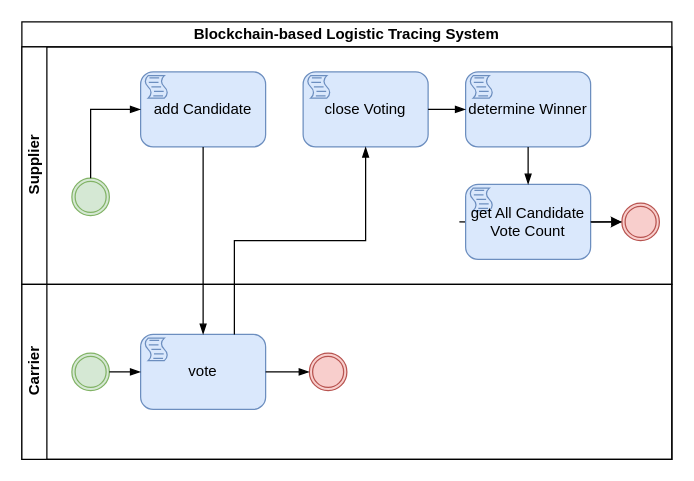
Before: Blokchain-Based Logstic Tracing.drawio in ariesharry/Diagrams, a draw.io diagram. Source tidied: cells renumbered, new cells numbered last; positions are measured from the earlier drawing's top-left corner, leaving out a move shared by most shapes. Both pictures are drawn from the tidied source at 125%, with x=0, y=0 at pixel (21, 21).
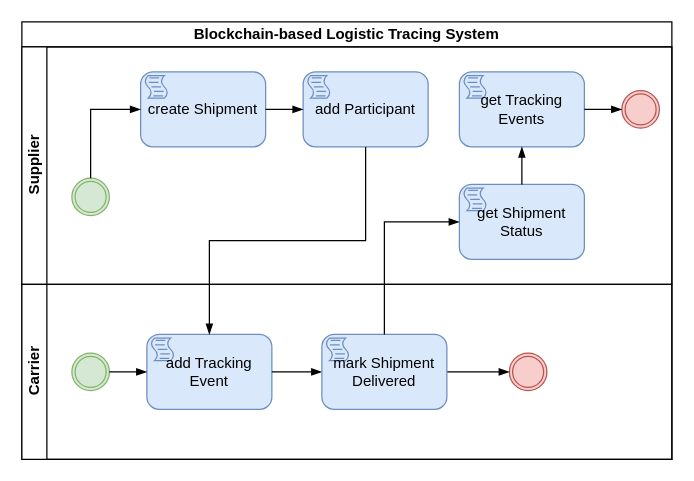
The same page after the edit.

Unchanged cells that the change refers to:
```xml
<mxCell id="2" value="Blockchain-based Logistic Tracing System" style="swimlane;html=1;horizontal=1;startSize=20;whiteSpace=wrap;" parent="1" vertex="1">
  <mxGeometry width="520" height="350" as="geometry" />
</mxCell>
<mxCell id="3" value="Supplier" style="swimlane;html=1;startSize=20;horizontal=0;" parent="2" vertex="1">
  <mxGeometry y="20" width="520" height="190" as="geometry" />
</mxCell>
<mxCell id="15" value="Carrier" style="swimlane;html=1;startSize=20;horizontal=0;" parent="2" vertex="1">
  <mxGeometry y="210" width="520" height="140" as="geometry" />
</mxCell>
<mxCell id="17" style="points=[[0.145,0.145,0],[0.5,0,0],[0.855,0.145,0],[1,0.5,0],[0.855,0.855,0],[0.5,1,0],[0.145,0.855,0],[0,0.5,0]];shape=mxgraph.bpmn.event;html=1;verticalLabelPosition=bottom;labelBackgroundColor=#ffffff;verticalAlign=top;align=center;perimeter=ellipsePerimeter;outlineConnect=0;outline=throwing;symbol=general;fillColor=#d5e8d4;strokeColor=#82b366;" parent="15" vertex="1">
  <mxGeometry x="40" y="55" width="30" height="30" as="geometry" />
</mxCell>
```

Diff of the diagram source:
```diff
@@
-    <mxCell id="4" value="close Voting" style="points=[[0.25,0,0],[0.5,0,0],[0.75,0,0],[1,0.25,0],[1,0.5,0],[1,0.75,0],[0.75,1,0],[0.5,1,0],[0.25,1,0],[0,0.75,0],[0,0.5,0],[0,0.25,0]];shape=mxgraph.bpmn.task;whiteSpace=wrap;rectStyle=rounded;size=10;html=1;taskMarker=script;fillColor=#dae8fc;strokeColor=#6c8ebf;" parent="3" vertex="1">
+    <mxCell id="4" value="add Participant" style="points=[[0.25,0,0],[0.5,0,0],[0.75,0,0],[1,0.25,0],[1,0.5,0],[1,0.75,0],[0.75,1,0],[0.5,1,0],[0.25,1,0],[0,0.75,0],[0,0.5,0],[0,0.25,0]];shape=mxgraph.bpmn.task;whiteSpace=wrap;rectStyle=rounded;size=10;html=1;taskMarker=script;fillColor=#dae8fc;strokeColor=#6c8ebf;" parent="3" vertex="1">
       <mxGeometry x="225" y="20" width="100" height="60" as="geometry" />
     </mxCell>
-    <mxCell id="5" value="add Candidate" style="points=[[0.25,0,0],[0.5,0,0],[0.75,0,0],[1,0.25,0],[1,0.5,0],[1,0.75,0],[0.75,1,0],[0.5,1,0],[0.25,1,0],[0,0.75,0],[0,0.5,0],[0,0.25,0]];shape=mxgraph.bpmn.task;whiteSpace=wrap;rectStyle=rounded;size=10;html=1;taskMarker=script;fillColor=#dae8fc;strokeColor=#6c8ebf;" parent="3" vertex="1">
+    <mxCell id="5" value="create Shipment" style="points=[[0.25,0,0],[0.5,0,0],[0.75,0,0],[1,0.25,0],[1,0.5,0],[1,0.75,0],[0.75,1,0],[0.5,1,0],[0.25,1,0],[0,0.75,0],[0,0.5,0],[0,0.25,0]];shape=mxgraph.bpmn.task;whiteSpace=wrap;rectStyle=rounded;size=10;html=1;taskMarker=script;fillColor=#dae8fc;strokeColor=#6c8ebf;" parent="3" vertex="1">
       <mxGeometry x="95" y="20" width="100" height="60" as="geometry" />
     </mxCell>
-    <mxCell id="6" value="determine Winner" style="points=[[0.25,0,0],[0.5,0,0],[0.75,0,0],[1,0.25,0],[1,0.5,0],[1,0.75,0],[0.75,1,0],[0.5,1,0],[0.25,1,0],[0,0.75,0],[0,0.5,0],[0,0.25,0]];shape=mxgraph.bpmn.task;whiteSpace=wrap;rectStyle=rounded;size=10;html=1;taskMarker=script;fillColor=#dae8fc;strokeColor=#6c8ebf;" parent="3" vertex="1">
-      <mxGeometry x="355" y="20" width="100" height="60" as="geometry" />
+    <mxCell id="6" value="get Shipment Status" style="points=[[0.25,0,0],[0.5,0,0],[0.75,0,0],[1,0.25,0],[1,0.5,0],[1,0.75,0],[0.75,1,0],[0.5,1,0],[0.25,1,0],[0,0.75,0],[0,0.5,0],[0,0.25,0]];shape=mxgraph.bpmn.task;whiteSpace=wrap;rectStyle=rounded;size=10;html=1;taskMarker=script;fillColor=#dae8fc;strokeColor=#6c8ebf;" parent="3" vertex="1">
+      <mxGeometry x="350" y="110" width="100" height="60" as="geometry" />
     </mxCell>
-    <mxCell id="7" style="edgeStyle=orthogonalEdgeStyle;rounded=0;jettySize=auto;html=1;" parent="3" edge="1" target="10">
-      <mxGeometry relative="1" as="geometry">
-        <mxPoint x="350" y="140" as="sourcePoint" />
-      </mxGeometry>
-    </mxCell>
-    <mxCell id="8" value="get All Candidate Vote Count" style="points=[[0.25,0,0],[0.5,0,0],[0.75,0,0],[1,0.25,0],[1,0.5,0],[1,0.75,0],[0.75,1,0],[0.5,1,0],[0.25,1,0],[0,0.75,0],[0,0.5,0],[0,0.25,0]];shape=mxgraph.bpmn.task;rectStyle=rounded;size=10;html=1;taskMarker=script;fillColor=#dae8fc;strokeColor=#6c8ebf;whiteSpace=wrap;" parent="3" vertex="1">
-      <mxGeometry x="355" y="110" width="100" height="60" as="geometry" />
-    </mxCell>
@@
     <mxCell id="10" style="points=[[0.145,0.145,0],[0.5,0,0],[0.855,0.145,0],[1,0.5,0],[0.855,0.855,0],[0.5,1,0],[0.145,0.855,0],[0,0.5,0]];shape=mxgraph.bpmn.event;html=1;verticalLabelPosition=bottom;labelBackgroundColor=#ffffff;verticalAlign=top;align=center;perimeter=ellipsePerimeter;outlineConnect=0;outline=throwing;symbol=general;fillColor=#f8cecc;strokeColor=#b85450;" parent="3" vertex="1">
-      <mxGeometry x="480" y="125" width="30" height="30" as="geometry" />
+      <mxGeometry x="480" y="35" width="30" height="30" as="geometry" />
     </mxCell>
@@
-    <mxCell id="12" style="edgeStyle=orthogonalEdgeStyle;fontSize=12;html=1;endArrow=blockThin;endFill=1;rounded=0;exitX=1;exitY=0.5;exitDx=0;exitDy=0;exitPerimeter=0;entryX=0;entryY=0.5;entryDx=0;entryDy=0;entryPerimeter=0;" parent="3" edge="1" source="4" target="6">
-      <mxGeometry relative="1" as="geometry" />
-    </mxCell>
+    <mxCell id="19" style="edgeStyle=orthogonalEdgeStyle;fontSize=12;html=1;endArrow=blockThin;endFill=1;rounded=0;entryX=0;entryY=0.5;entryDx=0;entryDy=0;entryPerimeter=0;exitX=1;exitY=0.5;exitDx=0;exitDy=0;exitPerimeter=0;" parent="3" edge="1" source="5" target="4">
+      <mxGeometry relative="1" as="geometry" />
+    </mxCell>
+    <mxCell id="8" value="get Tracking Events" style="points=[[0.25,0,0],[0.5,0,0],[0.75,0,0],[1,0.25,0],[1,0.5,0],[1,0.75,0],[0.75,1,0],[0.5,1,0],[0.25,1,0],[0,0.75,0],[0,0.5,0],[0,0.25,0]];shape=mxgraph.bpmn.task;rectStyle=rounded;size=10;html=1;taskMarker=script;fillColor=#dae8fc;strokeColor=#6c8ebf;whiteSpace=wrap;" parent="3" vertex="1">
+      <mxGeometry x="350" y="20" width="100" height="60" as="geometry" />
+    </mxCell>
-    <mxCell id="13" style="edgeStyle=orthogonalEdgeStyle;fontSize=12;html=1;endArrow=blockThin;endFill=1;rounded=0;exitX=0.5;exitY=1;exitDx=0;exitDy=0;exitPerimeter=0;entryX=0.5;entryY=0;entryDx=0;entryDy=0;entryPerimeter=0;" parent="3" edge="1" source="6" target="8">
-      <mxGeometry relative="1" as="geometry" />
+    <mxCell id="13" style="edgeStyle=orthogonalEdgeStyle;fontSize=12;html=1;endArrow=blockThin;endFill=1;rounded=0;exitX=0.5;exitY=0;exitDx=0;exitDy=0;exitPerimeter=0;entryX=0.5;entryY=1;entryDx=0;entryDy=0;entryPerimeter=0;" parent="3" edge="1" source="6" target="8">
+      <mxGeometry relative="1" as="geometry">
+        <Array as="points">
+          <mxPoint x="400" y="100" />
+          <mxPoint x="400" y="100" />
+        </Array>
+      </mxGeometry>
     </mxCell>
@@
-    <mxCell id="16" value="vote" style="points=[[0.25,0,0],[0.5,0,0],[0.75,0,0],[1,0.25,0],[1,0.5,0],[1,0.75,0],[0.75,1,0],[0.5,1,0],[0.25,1,0],[0,0.75,0],[0,0.5,0],[0,0.25,0]];shape=mxgraph.bpmn.task;rectStyle=rounded;size=10;html=1;taskMarker=script;fillColor=#dae8fc;strokeColor=#6c8ebf;whiteSpace=wrap;" parent="15" vertex="1">
-      <mxGeometry x="95" y="40" width="100" height="60" as="geometry" />
-    </mxCell>
@@
-    <mxCell id="18" style="edgeStyle=orthogonalEdgeStyle;fontSize=12;html=1;endArrow=blockThin;endFill=1;rounded=0;exitX=1;exitY=0.5;exitDx=0;exitDy=0;exitPerimeter=0;entryX=0;entryY=0.5;entryDx=0;entryDy=0;entryPerimeter=0;" parent="15" edge="1" source="17" target="16">
-      <mxGeometry relative="1" as="geometry" />
-    </mxCell>
-    <mxCell id="19" style="edgeStyle=orthogonalEdgeStyle;fontSize=12;html=1;endArrow=blockThin;endFill=1;rounded=0;entryX=0.5;entryY=0;entryDx=0;entryDy=0;entryPerimeter=0;exitX=0.5;exitY=1;exitDx=0;exitDy=0;exitPerimeter=0;" parent="2" edge="1" source="5" target="16">
-      <mxGeometry relative="1" as="geometry" />
-    </mxCell>
-    <mxCell id="20" style="edgeStyle=orthogonalEdgeStyle;fontSize=12;html=1;endArrow=blockThin;endFill=1;rounded=0;exitX=0.75;exitY=0;exitDx=0;exitDy=0;exitPerimeter=0;entryX=0.5;entryY=1;entryDx=0;entryDy=0;entryPerimeter=0;" parent="2" edge="1" source="16" target="4">
-      <mxGeometry relative="1" as="geometry" />
-    </mxCell>
-    <mxCell id="21" style="points=[[0.145,0.145,0],[0.5,0,0],[0.855,0.145,0],[1,0.5,0],[0.855,0.855,0],[0.5,1,0],[0.145,0.855,0],[0,0.5,0]];shape=mxgraph.bpmn.event;html=1;verticalLabelPosition=bottom;labelBackgroundColor=#ffffff;verticalAlign=top;align=center;perimeter=ellipsePerimeter;outlineConnect=0;outline=throwing;symbol=general;fillColor=#f8cecc;strokeColor=#b85450;" parent="1" vertex="1">
-      <mxGeometry x="230" y="265" width="30" height="30" as="geometry" />
+    <mxCell id="21" style="points=[[0.145,0.145,0],[0.5,0,0],[0.855,0.145,0],[1,0.5,0],[0.855,0.855,0],[0.5,1,0],[0.145,0.855,0],[0,0.5,0]];shape=mxgraph.bpmn.event;html=1;verticalLabelPosition=bottom;labelBackgroundColor=#ffffff;verticalAlign=top;align=center;perimeter=ellipsePerimeter;outlineConnect=0;outline=throwing;symbol=general;fillColor=#f8cecc;strokeColor=#b85450;" parent="15" vertex="1">
+      <mxGeometry x="390" y="55" width="30" height="30" as="geometry" />
     </mxCell>
-    <mxCell id="22" style="edgeStyle=orthogonalEdgeStyle;fontSize=12;html=1;endArrow=blockThin;endFill=1;rounded=0;entryX=0;entryY=0.5;entryDx=0;entryDy=0;entryPerimeter=0;exitX=1;exitY=0.5;exitDx=0;exitDy=0;exitPerimeter=0;" parent="1" edge="1" source="16" target="21">
+    <mxCell id="22" style="edgeStyle=orthogonalEdgeStyle;fontSize=12;html=1;endArrow=blockThin;endFill=1;rounded=0;entryX=0;entryY=0.5;entryDx=0;entryDy=0;entryPerimeter=0;exitX=1;exitY=0.5;exitDx=0;exitDy=0;exitPerimeter=0;" parent="15" edge="1" source="16" target="21">
       <mxGeometry relative="1" as="geometry" />
     </mxCell>
+    <mxCell id="23" value="add Tracking Event" style="points=[[0.25,0,0],[0.5,0,0],[0.75,0,0],[1,0.25,0],[1,0.5,0],[1,0.75,0],[0.75,1,0],[0.5,1,0],[0.25,1,0],[0,0.75,0],[0,0.5,0],[0,0.25,0]];shape=mxgraph.bpmn.task;rectStyle=rounded;size=10;html=1;taskMarker=script;fillColor=#dae8fc;strokeColor=#6c8ebf;whiteSpace=wrap;" parent="15" vertex="1">
+      <mxGeometry x="100" y="40" width="100" height="60" as="geometry" />
+    </mxCell>
+    <mxCell id="24" style="edgeStyle=orthogonalEdgeStyle;fontSize=12;html=1;endArrow=blockThin;endFill=1;rounded=0;entryX=0;entryY=0.5;entryDx=0;entryDy=0;entryPerimeter=0;exitX=1;exitY=0.5;exitDx=0;exitDy=0;exitPerimeter=0;" parent="15" edge="1" source="23" target="16">
+      <mxGeometry relative="1" as="geometry" />
+    </mxCell>
+    <mxCell id="16" value="mark Shipment Delivered" style="points=[[0.25,0,0],[0.5,0,0],[0.75,0,0],[1,0.25,0],[1,0.5,0],[1,0.75,0],[0.75,1,0],[0.5,1,0],[0.25,1,0],[0,0.75,0],[0,0.5,0],[0,0.25,0]];shape=mxgraph.bpmn.task;rectStyle=rounded;size=10;html=1;taskMarker=script;fillColor=#dae8fc;strokeColor=#6c8ebf;whiteSpace=wrap;" parent="15" vertex="1">
+      <mxGeometry x="240" y="40" width="100" height="60" as="geometry" />
+    </mxCell>
+    <mxCell id="25" style="edgeStyle=orthogonalEdgeStyle;fontSize=12;html=1;endArrow=blockThin;endFill=1;rounded=0;exitX=1;exitY=0.5;exitDx=0;exitDy=0;exitPerimeter=0;entryX=0;entryY=0.5;entryDx=0;entryDy=0;entryPerimeter=0;" parent="15" edge="1" source="17" target="23">
+      <mxGeometry relative="1" as="geometry" />
+    </mxCell>
+    <mxCell id="26" style="edgeStyle=orthogonalEdgeStyle;fontSize=12;html=1;endArrow=blockThin;endFill=1;rounded=0;exitX=0.5;exitY=1;exitDx=0;exitDy=0;exitPerimeter=0;entryX=0.5;entryY=0;entryDx=0;entryDy=0;entryPerimeter=0;" parent="2" edge="1" source="4" target="23">
+      <mxGeometry relative="1" as="geometry" />
+    </mxCell>
+    <mxCell id="12" style="edgeStyle=orthogonalEdgeStyle;fontSize=12;html=1;endArrow=blockThin;endFill=1;rounded=0;exitX=0.5;exitY=0;exitDx=0;exitDy=0;exitPerimeter=0;entryX=0;entryY=0.5;entryDx=0;entryDy=0;entryPerimeter=0;" parent="2" edge="1" source="16" target="6">
+      <mxGeometry relative="1" as="geometry" />
+    </mxCell>
```
